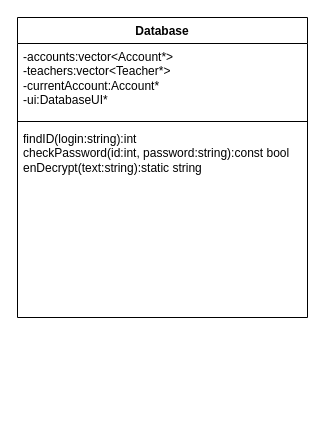
The draw.io diagram Classes.drawio in ThomasCharester/Order6, before the edit. Source tidied: cells renumbered, new cells numbered last; positions are measured from the earlier drawing's top-left corner, leaving out a move shared by most shapes. Both pictures are drawn from the tidied source at 100%, with x=0, y=0 at pixel (17, 17).
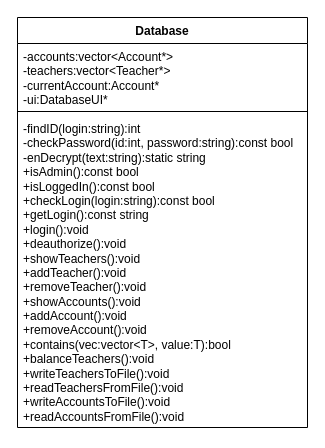
The same diagram, later.

What changed in the source:
```diff
@@
 <mxGraphModel>
   <root>
     <mxCell id="0" />
     <mxCell id="1" parent="0" />
     <mxCell id="2" value="Database" style="swimlane;fontStyle=1;align=center;verticalAlign=top;horizontal=1;startSize=26;whiteSpace=wrap;html=1;" parent="1" vertex="1">
-      <mxGeometry width="290" height="300" as="geometry" />
+      <mxGeometry width="290" height="410" as="geometry" />
     </mxCell>
     <mxCell id="3" value="&lt;div&gt;&lt;span style=&quot;background-color: initial;&quot;&gt;-accounts:&lt;/span&gt;vector&amp;lt;Account*&amp;gt;&lt;/div&gt;&lt;div&gt;&lt;span style=&quot;background-color: initial;&quot;&gt;-teachers:&lt;/span&gt;vector&amp;lt;Teacher*&amp;gt;&lt;/div&gt;&lt;div&gt;-currentAccount:&lt;span style=&quot;background-color: initial;&quot;&gt;Account*&lt;/span&gt;&lt;/div&gt;&lt;div&gt;-&lt;span style=&quot;background-color: initial;&quot;&gt;ui:&lt;/span&gt;&lt;span style=&quot;background-color: initial;&quot;&gt;DatabaseUI*&lt;/span&gt;&lt;/div&gt;" style="text;strokeColor=none;fillColor=none;align=left;verticalAlign=top;spacingLeft=4;spacingRight=4;overflow=hidden;whiteSpace=wrap;html=1;" parent="2" vertex="1">
-      <mxGeometry y="26" width="290" height="74" as="geometry" />
+      <mxGeometry y="26" width="290" height="64" as="geometry" />
     </mxCell>
     <mxCell id="4" style="line;strokeWidth=1;fillColor=none;align=left;verticalAlign=middle;spacingTop=-1;spacingLeft=3;spacingRight=3;labelPosition=right;strokeColor=inherit;" parent="2" vertex="1">
-      <mxGeometry y="100" width="290" height="8" as="geometry" />
+      <mxGeometry y="90" width="290" height="8" as="geometry" />
     </mxCell>
-    <mxCell id="5" value="&lt;div&gt;&lt;span style=&quot;white-space: normal;&quot;&gt;findID(login:&lt;/span&gt;&lt;span style=&quot;background-color: initial;&quot;&gt;string&lt;/span&gt;&lt;span style=&quot;background-color: initial;&quot;&gt;):&lt;/span&gt;&lt;span style=&quot;background-color: initial;&quot;&gt;int&lt;/span&gt;&lt;span style=&quot;background-color: initial;&quot;&gt;&amp;nbsp;&lt;/span&gt;&lt;/div&gt;&lt;div&gt;&lt;span style=&quot;white-space: normal;&quot;&gt;checkPassword(&lt;/span&gt;&lt;span style=&quot;background-color: initial;&quot;&gt;id:&lt;/span&gt;&lt;span style=&quot;background-color: initial;&quot;&gt;int, password:&lt;/span&gt;&lt;span style=&quot;background-color: initial;&quot;&gt;string&lt;/span&gt;&lt;span style=&quot;background-color: initial;&quot;&gt;):&lt;/span&gt;&lt;span style=&quot;background-color: initial;&quot;&gt;const bool&lt;/span&gt;&lt;span style=&quot;background-color: initial;&quot;&gt;&amp;nbsp;&lt;/span&gt;&lt;/div&gt;&lt;div&gt;&lt;span style=&quot;white-space: normal;&quot;&gt;enDecrypt(text:&lt;/span&gt;&lt;span style=&quot;background-color: initial;&quot;&gt;string&lt;/span&gt;&lt;span style=&quot;background-color: initial;&quot;&gt;):&lt;/span&gt;&lt;span style=&quot;background-color: initial;&quot;&gt;static string&lt;/span&gt;&lt;span style=&quot;background-color: initial;&quot;&gt;&amp;nbsp;&lt;/span&gt;&lt;/div&gt;" style="text;strokeColor=none;fillColor=none;align=left;verticalAlign=top;spacingLeft=4;spacingRight=4;overflow=hidden;whiteSpace=wrap;html=1;" parent="2" vertex="1">
-      <mxGeometry y="108" width="290" height="192" as="geometry" />
+    <mxCell id="5" value="&lt;div&gt;&lt;span style=&quot;white-space: normal;&quot;&gt;-findID(login:&lt;/span&gt;&lt;span style=&quot;background-color: initial;&quot;&gt;string&lt;/span&gt;&lt;span style=&quot;background-color: initial;&quot;&gt;):&lt;/span&gt;&lt;span style=&quot;background-color: initial;&quot;&gt;int&lt;/span&gt;&lt;span style=&quot;background-color: initial;&quot;&gt;&amp;nbsp;&lt;/span&gt;&lt;/div&gt;&lt;div&gt;&lt;span style=&quot;white-space: normal;&quot;&gt;-checkPassword(&lt;/span&gt;&lt;span style=&quot;background-color: initial;&quot;&gt;id:&lt;/span&gt;&lt;span style=&quot;background-color: initial;&quot;&gt;int, password:&lt;/span&gt;&lt;span style=&quot;background-color: initial;&quot;&gt;string&lt;/span&gt;&lt;span style=&quot;background-color: initial;&quot;&gt;):&lt;/span&gt;&lt;span style=&quot;background-color: initial;&quot;&gt;const bool&lt;/span&gt;&lt;span style=&quot;background-color: initial;&quot;&gt;&amp;nbsp;&lt;/span&gt;&lt;/div&gt;&lt;div&gt;&lt;span style=&quot;white-space: normal;&quot;&gt;-enDecrypt(text:&lt;/span&gt;&lt;span style=&quot;background-color: initial;&quot;&gt;string&lt;/span&gt;&lt;span style=&quot;background-color: initial;&quot;&gt;):&lt;/span&gt;&lt;span style=&quot;background-color: initial;&quot;&gt;static string&lt;/span&gt;&lt;span style=&quot;background-color: initial;&quot;&gt;&amp;nbsp;&lt;/span&gt;&lt;/div&gt;&lt;div&gt;&lt;span style=&quot;background-color: initial;&quot;&gt;&lt;div&gt;+isAdmin():const bool&lt;/div&gt;&lt;div&gt;+isLoggedIn():const bool&lt;/div&gt;&lt;div&gt;+checkLogin(login:&lt;span style=&quot;background-color: initial;&quot;&gt;string&lt;/span&gt;&lt;span style=&quot;background-color: initial;&quot;&gt;):const bool&lt;/span&gt;&lt;/div&gt;&lt;/span&gt;&lt;span style=&quot;background-color: initial;&quot;&gt;&lt;div&gt;+getLogin():const string&lt;/div&gt;&lt;div&gt;+login():void&lt;/div&gt;&lt;div&gt;+deauthorize():void&lt;/div&gt;&lt;div&gt;+showTeachers():void&lt;/div&gt;&lt;div&gt;+addTeacher():void&lt;/div&gt;&lt;div&gt;+removeTeacher():void&lt;/div&gt;&lt;div&gt;+showAccounts():void&lt;/div&gt;&lt;div&gt;+addAccount():void&lt;/div&gt;&lt;div&gt;+removeAccount():void&lt;/div&gt;&lt;div&gt;+contains(vec:&lt;span style=&quot;background-color: initial;&quot;&gt;vector&amp;lt;T&amp;gt;&lt;/span&gt;&lt;span style=&quot;background-color: initial;&quot;&gt;, value:&lt;/span&gt;&lt;span style=&quot;background-color: initial;&quot;&gt;T&lt;/span&gt;&lt;span style=&quot;background-color: initial;&quot;&gt;):bool&lt;/span&gt;&lt;/div&gt;&lt;/span&gt;&lt;span style=&quot;background-color: initial;&quot;&gt;&lt;div&gt;+balanceTeachers():void&lt;/div&gt;&lt;div&gt;+writeTeachersToFile():void&lt;/div&gt;&lt;div&gt;+readTeachersFromFile():void&lt;/div&gt;&lt;div&gt;+writeAccountsToFile():void&lt;/div&gt;&lt;div&gt;&lt;span style=&quot;background-color: initial;&quot;&gt;+readAccountsFromFile():void&lt;/span&gt;&lt;br&gt;&lt;/div&gt;&lt;/span&gt;&lt;/div&gt;" style="text;strokeColor=none;fillColor=none;align=left;verticalAlign=top;spacingLeft=4;spacingRight=4;overflow=hidden;whiteSpace=wrap;html=1;" parent="2" vertex="1">
+      <mxGeometry y="98" width="290" height="312" as="geometry" />
     </mxCell>
   </root>
 </mxGraphModel>
```
